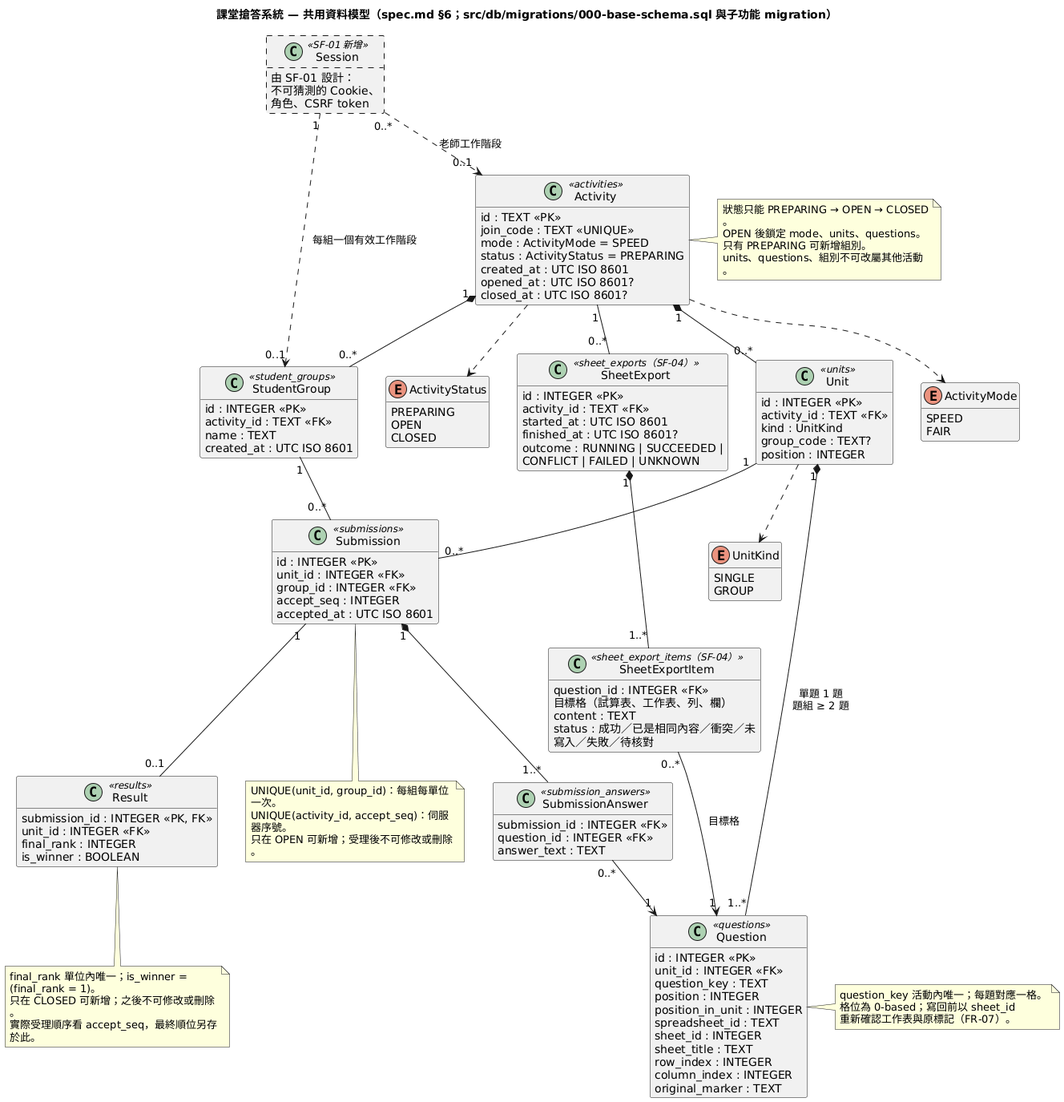
This is diagrams/system-class.png from tom1030507/classroom-buzzer-system-speckit, a PlantUML export, as it was before one commit.
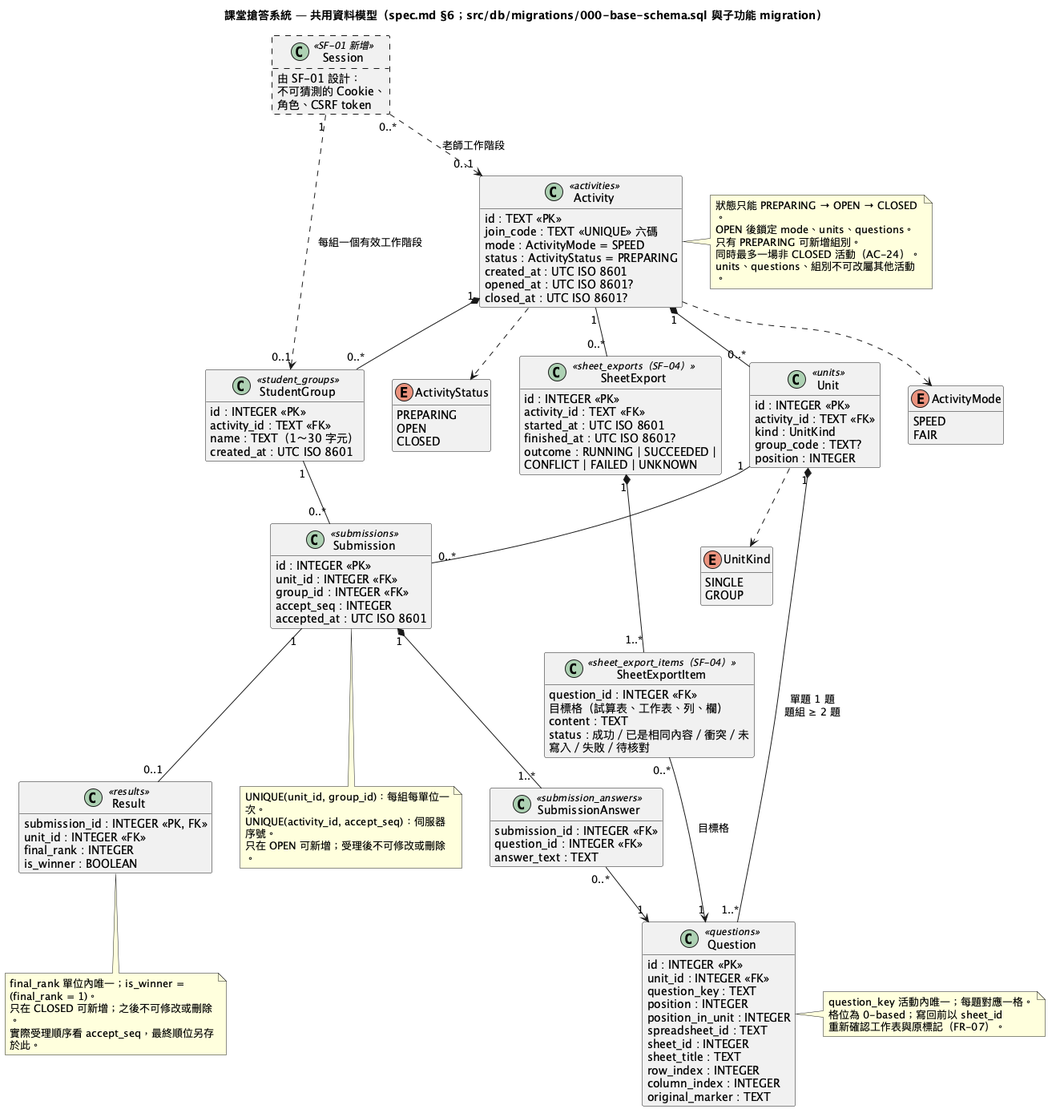
After the commit.

Commit message:
docs(diagrams): show the AC-24 limits in SF-01 and system diagrams

Diff of the diagram source:
```diff
@@ -23,7 +23,7 @@
 
 class Activity <<activities>> {
   id : TEXT <<PK>>
-  join_code : TEXT <<UNIQUE>>
+  join_code : TEXT <<UNIQUE>> 六碼
   mode : ActivityMode = SPEED
   status : ActivityStatus = PREPARING
   created_at : UTC ISO 8601
@@ -34,7 +34,7 @@
 class StudentGroup <<student_groups>> {
   id : INTEGER <<PK>>
   activity_id : TEXT <<FK>>
-  name : TEXT
+  name : TEXT（1～30 字元）
   created_at : UTC ISO 8601
 }
 
@@ -123,6 +123,7 @@
   狀態只能 PREPARING → OPEN → CLOSED。
   OPEN 後鎖定 mode、units、questions。
   只有 PREPARING 可新增組別。
+  同時最多一場非 CLOSED 活動（AC-24）。
   units、questions、組別不可改屬其他活動。
 end note
 
```
